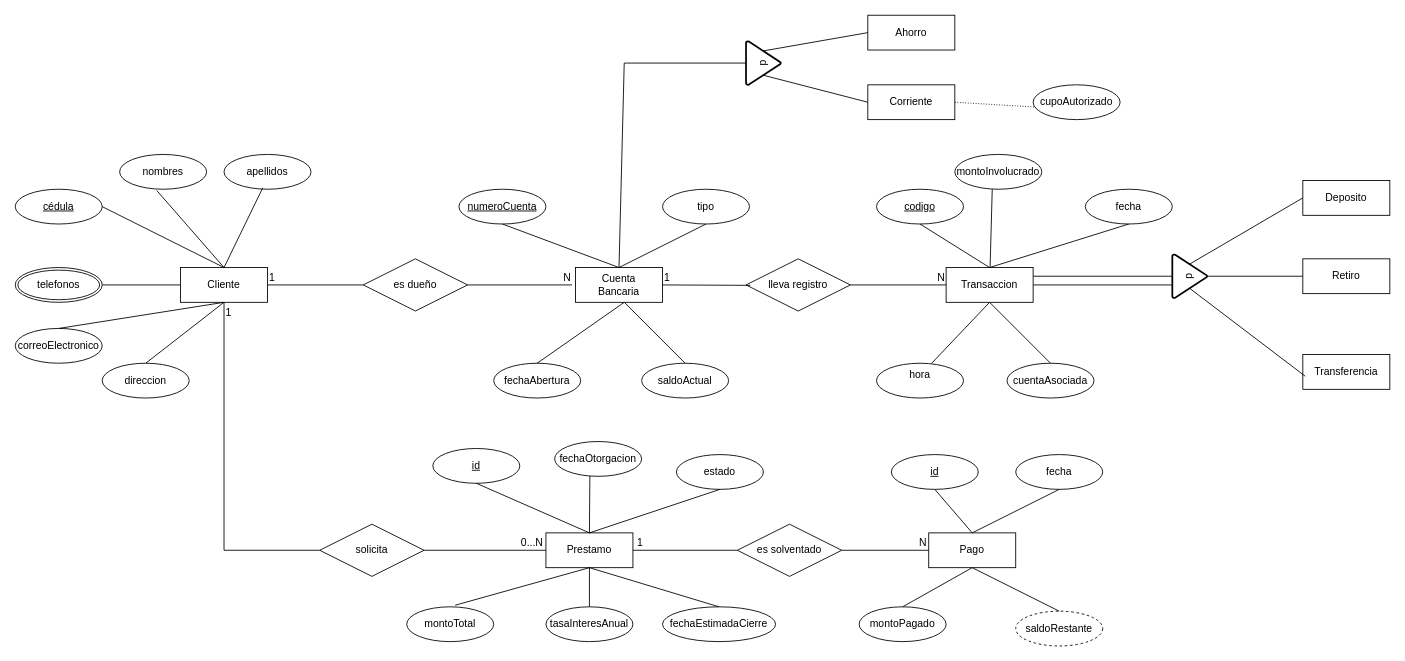
Above: AA/EjerciciosEntidadRelación/ape1JavierGuarnizo.drawio in TheJavier37/Portafolio_Base_De_Datos (draw.io), before the change. Source tidied: cells renumbered, new cells numbered last; positions are measured from the earlier drawing's top-left corner, leaving out a move shared by most shapes. Both pictures are drawn from the tidied source at 87%, with x=0, y=0 at pixel (15, 15).
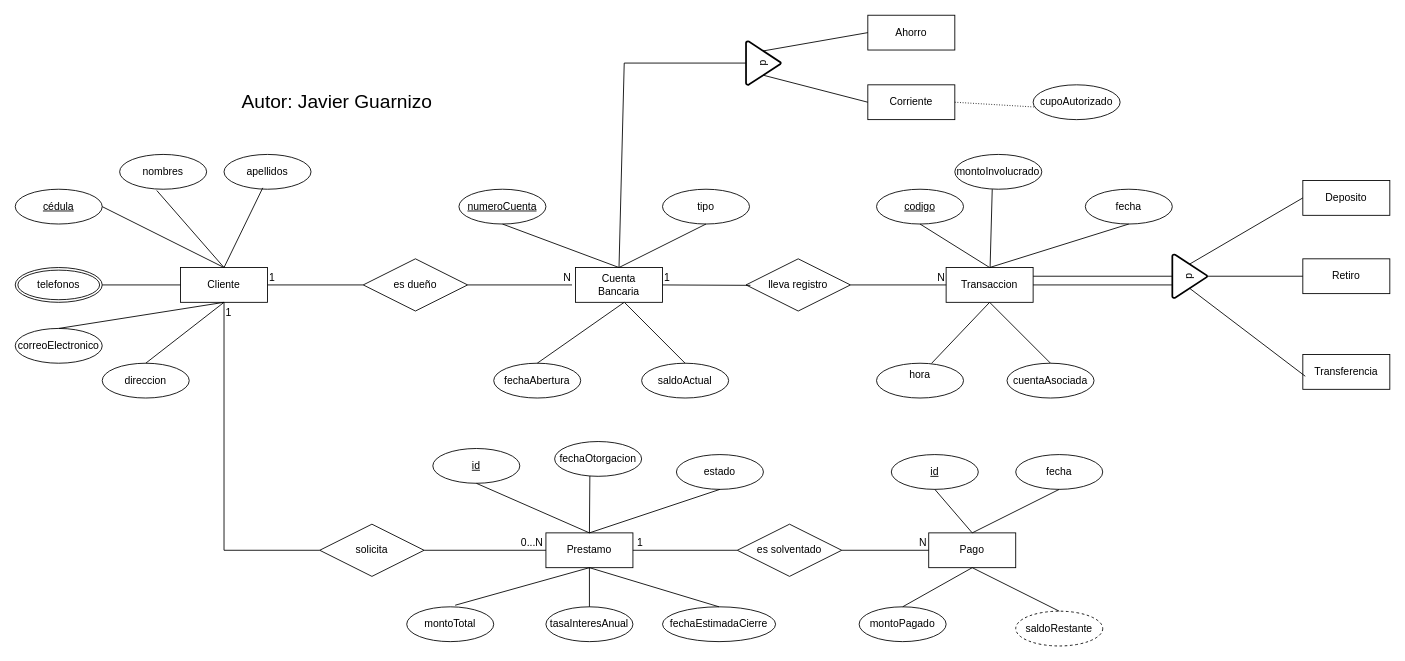
The same diagram, later.

What changed in the source:
```diff
@@
+    <mxCell id="94" value="&lt;font style=&quot;font-size: 22px;&quot;&gt;Autor: Javier Guarnizo&lt;/font&gt;" style="text;html=1;whiteSpace=wrap;strokeColor=none;fillColor=none;align=center;verticalAlign=middle;rounded=0;" parent="1" vertex="1">
+      <mxGeometry x="180" y="35" width="380" height="130" as="geometry" />
+    </mxCell>
```
